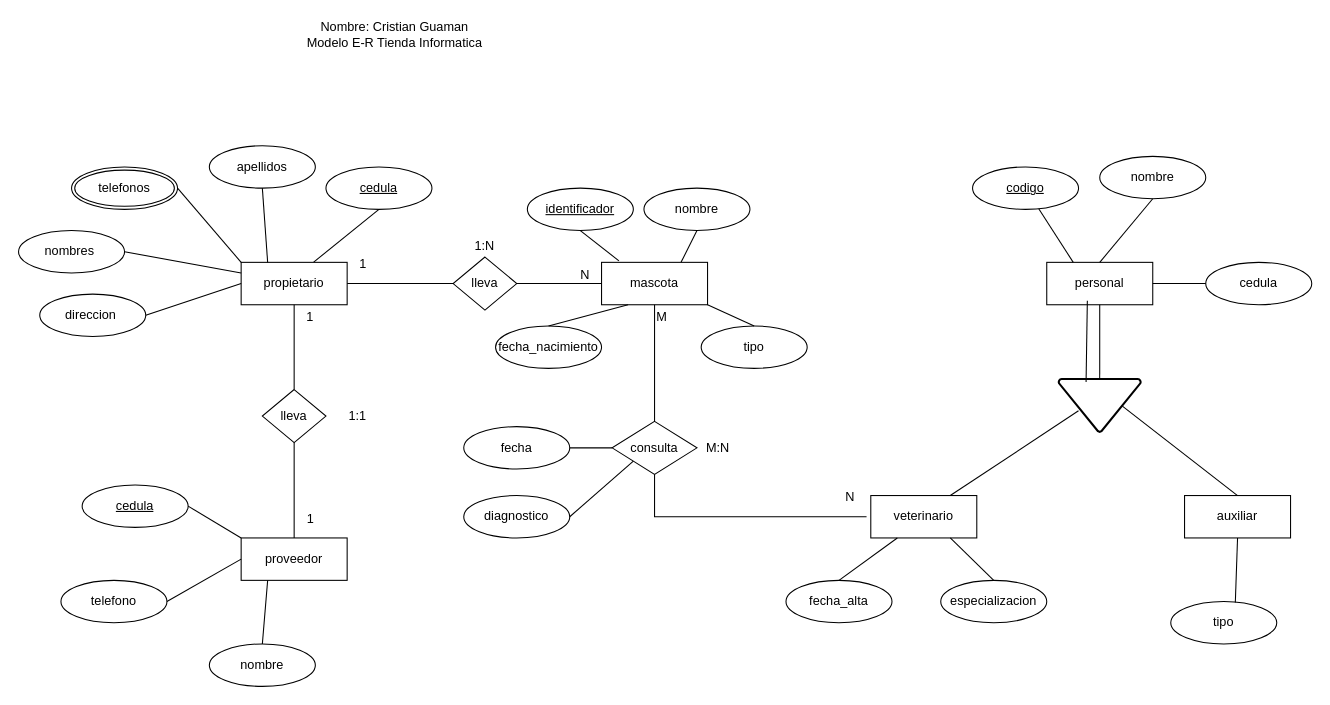
Earlier version of the draw.io diagram Diagrama_E-R_veterinaria.drawio (Criss-21/Diagramas-Base-De-DAtos). Source tidied: cells renumbered, new cells numbered last; positions are measured from the earlier drawing's top-left corner, leaving out a move shared by most shapes. Both pictures are drawn from the tidied source at 106%, with x=0, y=0 at pixel (18, 18).
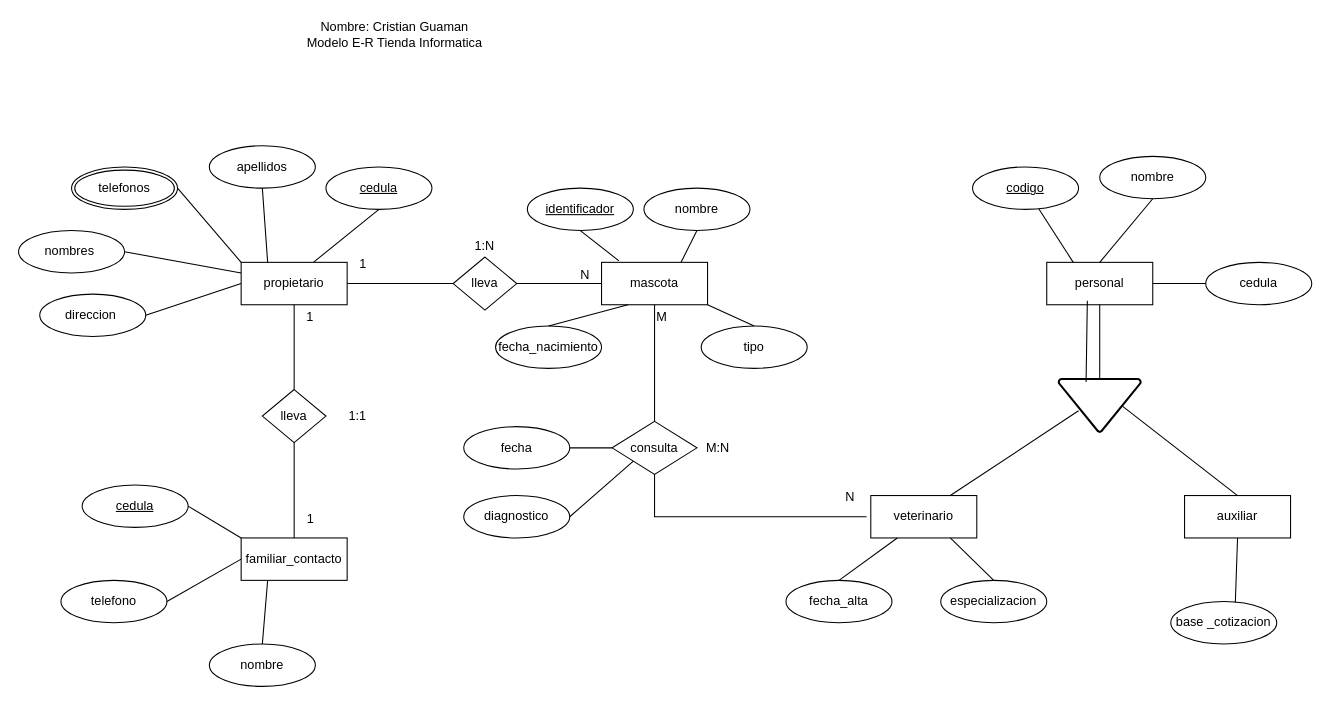
The same diagram, later.

The edit, as a diff of the source:
```diff
@@
-    <mxCell id="4" value="proveedor" style="whiteSpace=wrap;html=1;align=center;" parent="1" vertex="1">
+    <mxCell id="4" value="familiar_contacto" style="whiteSpace=wrap;html=1;align=center;" parent="1" vertex="1">
       <mxGeometry x="210" y="490" width="100" height="40" as="geometry" />
     </mxCell>
@@
-    <mxCell id="52" value="tipo" style="ellipse;whiteSpace=wrap;html=1;align=center;" parent="1" vertex="1">
+    <mxCell id="52" value="base _cotizacion" style="ellipse;whiteSpace=wrap;html=1;align=center;" parent="1" vertex="1">
       <mxGeometry x="1087" y="550" width="100" height="40" as="geometry" />
     </mxCell>
```
